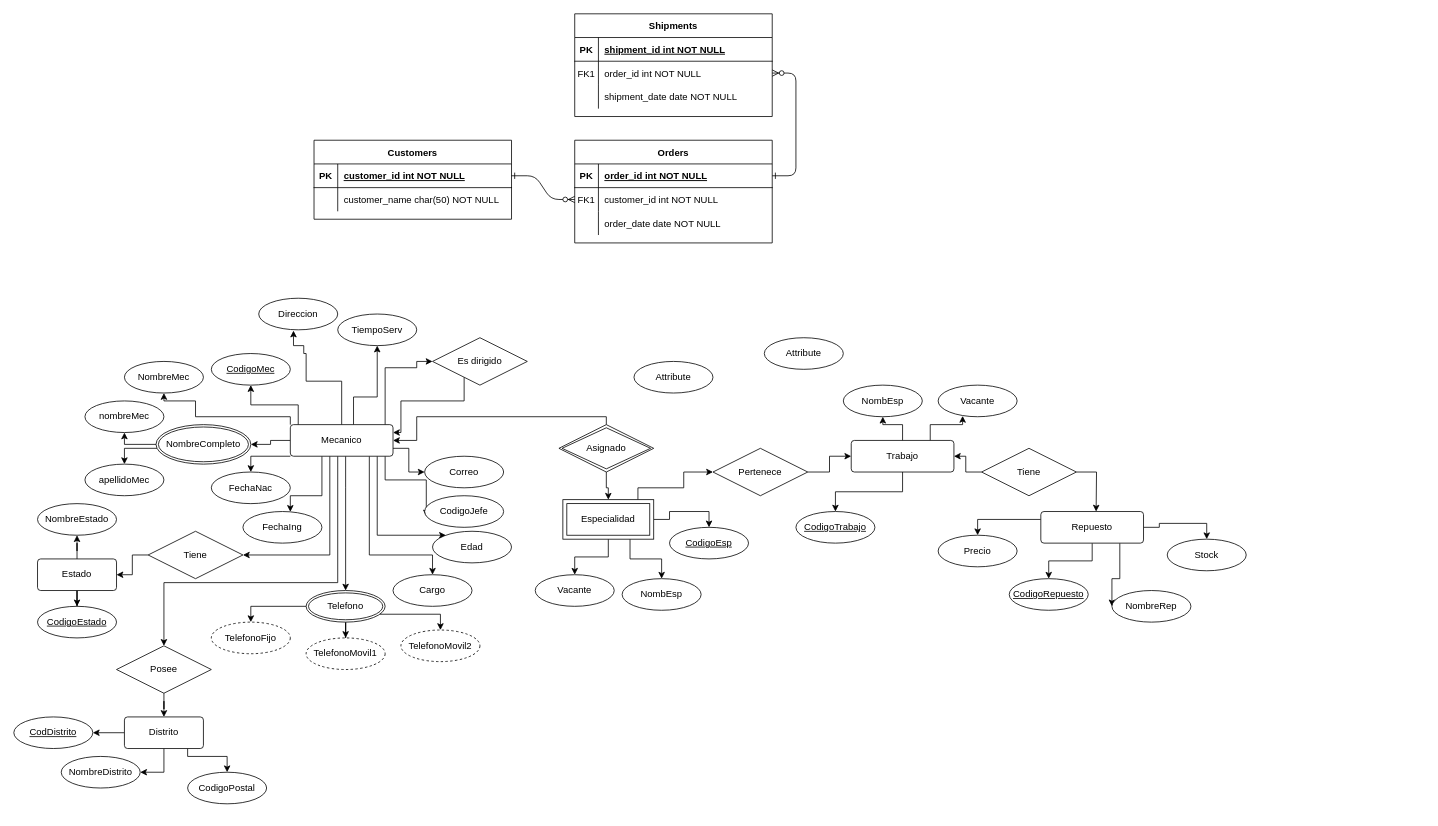
Above: Diagrama sin título.drawio in grimapatroy/Repo-SQL (draw.io), before the change. Source tidied: cells renumbered, new cells numbered last; positions are measured from the earlier drawing's top-left corner, leaving out a move shared by most shapes. Both pictures are drawn from the tidied source at 79%, with x=0, y=0 at pixel (13, 13).
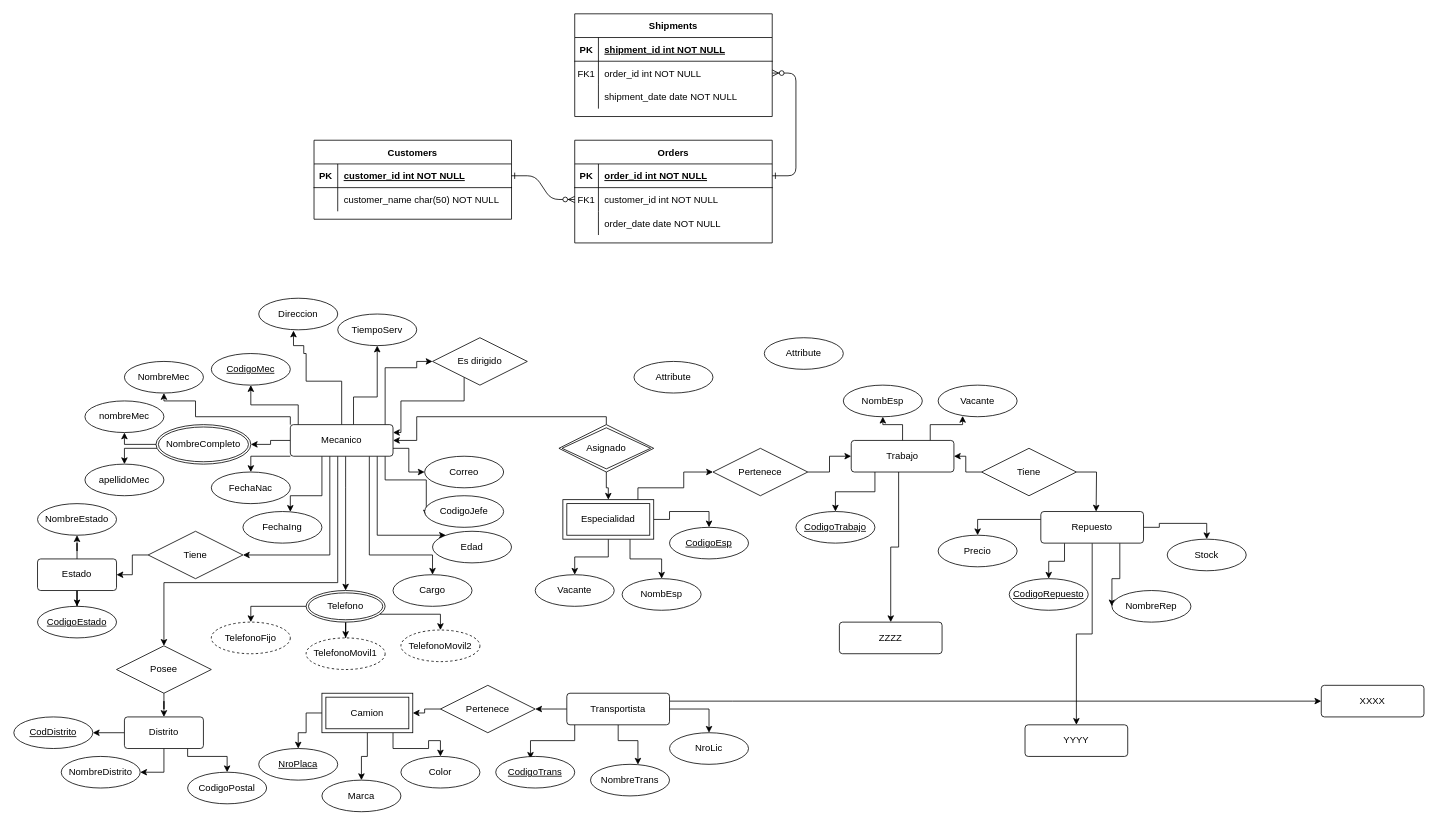
After the change.

Unchanged cells that the change refers to:
```xml
<mxCell id="103" value="Trabajo" style="rounded=1;arcSize=10;whiteSpace=wrap;html=1;align=center;" parent="1" vertex="1">
  <mxGeometry x="1060" y="540" width="130" height="40" as="geometry" />
</mxCell>
<mxCell id="106" value="CodigoTrabajo" style="ellipse;whiteSpace=wrap;html=1;align=center;fontStyle=4;" parent="1" vertex="1">
  <mxGeometry x="990" y="630" width="100" height="40" as="geometry" />
</mxCell>
<mxCell id="109" value="CodigoRepuesto" style="ellipse;whiteSpace=wrap;html=1;align=center;fontStyle=4;" parent="1" vertex="1">
  <mxGeometry x="1260" y="715" width="100" height="40" as="geometry" />
</mxCell>
<mxCell id="117" value="Repuesto" style="rounded=1;arcSize=10;whiteSpace=wrap;html=1;align=center;" parent="1" vertex="1">
  <mxGeometry x="1300" y="630" width="130" height="40" as="geometry" />
</mxCell>
```

The edit, as a diff of the source:
```diff
@@
     <mxCell id="102" style="edgeStyle=orthogonalEdgeStyle;rounded=0;jettySize=auto;html=1;" parent="1" edge="1" source="103" target="106">
-      <mxGeometry relative="1" as="geometry" />
+      <mxGeometry relative="1" as="geometry">
+        <Array as="points">
+          <mxPoint x="1090" y="605" />
+          <mxPoint x="1040" y="605" />
+        </Array>
+      </mxGeometry>
     </mxCell>
+    <mxCell id="121" style="edgeStyle=orthogonalEdgeStyle;rounded=0;jettySize=auto;html=1;" parent="1" edge="1" source="103" target="123">
+      <mxGeometry relative="1" as="geometry">
+        <Array as="points">
+          <mxPoint x="1120" y="675" />
+          <mxPoint x="1110" y="675" />
+        </Array>
+      </mxGeometry>
+    </mxCell>
@@
     <mxCell id="113" style="edgeStyle=orthogonalEdgeStyle;rounded=0;jettySize=auto;html=1;" parent="1" edge="1" source="117" target="109">
-      <mxGeometry relative="1" as="geometry" />
+      <mxGeometry relative="1" as="geometry">
+        <Array as="points">
+          <mxPoint x="1330" y="693" />
+          <mxPoint x="1310" y="693" />
+        </Array>
+      </mxGeometry>
     </mxCell>
@@
+    <mxCell id="122" style="edgeStyle=orthogonalEdgeStyle;rounded=0;jettySize=auto;html=1;" parent="1" edge="1" source="117" target="124">
+      <mxGeometry relative="1" as="geometry" />
+    </mxCell>
@@
+    <mxCell id="123" value="ZZZZ" style="rounded=1;arcSize=10;whiteSpace=wrap;html=1;align=center;" parent="1" vertex="1">
+      <mxGeometry x="1045" y="770" width="130" height="40" as="geometry" />
+    </mxCell>
+    <mxCell id="124" value="YYYY" style="rounded=1;arcSize=10;whiteSpace=wrap;html=1;align=center;" parent="1" vertex="1">
+      <mxGeometry x="1280" y="900" width="130" height="40" as="geometry" />
+    </mxCell>
+    <mxCell id="125" style="edgeStyle=orthogonalEdgeStyle;rounded=0;jettySize=auto;html=1;entryX=0.44;entryY=0.075;entryDx=0;entryDy=0;entryPerimeter=0;" parent="1" edge="1" source="130" target="131">
+      <mxGeometry relative="1" as="geometry">
+        <Array as="points">
+          <mxPoint x="710" y="920" />
+          <mxPoint x="654" y="920" />
+        </Array>
+      </mxGeometry>
+    </mxCell>
+    <mxCell id="126" style="edgeStyle=orthogonalEdgeStyle;rounded=0;jettySize=auto;html=1;" parent="1" edge="1" source="130" target="132">
+      <mxGeometry relative="1" as="geometry">
+        <Array as="points">
+          <mxPoint x="765" y="920" />
+          <mxPoint x="790" y="920" />
+        </Array>
+      </mxGeometry>
+    </mxCell>
+    <mxCell id="127" style="edgeStyle=orthogonalEdgeStyle;rounded=0;jettySize=auto;html=1;" parent="1" edge="1" source="130" target="133">
+      <mxGeometry relative="1" as="geometry">
+        <Array as="points">
+          <mxPoint x="880" y="880" />
+        </Array>
+      </mxGeometry>
+    </mxCell>
+    <mxCell id="128" style="edgeStyle=orthogonalEdgeStyle;rounded=0;jettySize=auto;html=1;" parent="1" edge="1" source="130" target="134">
+      <mxGeometry relative="1" as="geometry">
+        <Array as="points">
+          <mxPoint x="910" y="870" />
+          <mxPoint x="910" y="870" />
+        </Array>
+      </mxGeometry>
+    </mxCell>
+    <mxCell id="129" style="edgeStyle=orthogonalEdgeStyle;rounded=0;jettySize=auto;html=1;" parent="1" edge="1" source="130" target="140">
+      <mxGeometry relative="1" as="geometry" />
+    </mxCell>
+    <mxCell id="130" value="Transportista" style="rounded=1;arcSize=10;whiteSpace=wrap;html=1;align=center;" parent="1" vertex="1">
+      <mxGeometry x="700" y="860" width="130" height="40" as="geometry" />
+    </mxCell>
+    <mxCell id="131" value="CodigoTrans" style="ellipse;whiteSpace=wrap;html=1;align=center;fontStyle=4;" parent="1" vertex="1">
+      <mxGeometry x="610" y="940" width="100" height="40" as="geometry" />
+    </mxCell>
+    <mxCell id="132" value="NombreTrans" style="ellipse;whiteSpace=wrap;html=1;align=center;" parent="1" vertex="1">
+      <mxGeometry x="730" y="950" width="100" height="40" as="geometry" />
+    </mxCell>
+    <mxCell id="133" value="NroLic" style="ellipse;whiteSpace=wrap;html=1;align=center;" parent="1" vertex="1">
+      <mxGeometry x="830" y="910" width="100" height="40" as="geometry" />
+    </mxCell>
+    <mxCell id="134" value="XXXX" style="rounded=1;arcSize=10;whiteSpace=wrap;html=1;align=center;" parent="1" vertex="1">
+      <mxGeometry x="1655" y="850" width="130" height="40" as="geometry" />
+    </mxCell>
+    <mxCell id="135" style="edgeStyle=orthogonalEdgeStyle;rounded=0;jettySize=auto;html=1;" parent="1" edge="1" source="138" target="141">
+      <mxGeometry relative="1" as="geometry">
+        <Array as="points">
+          <mxPoint x="370" y="885" />
+          <mxPoint x="370" y="910" />
+          <mxPoint x="360" y="910" />
+        </Array>
+      </mxGeometry>
+    </mxCell>
+    <mxCell id="136" style="edgeStyle=orthogonalEdgeStyle;rounded=0;jettySize=auto;html=1;" parent="1" edge="1" source="138" target="142">
+      <mxGeometry relative="1" as="geometry" />
+    </mxCell>
+    <mxCell id="137" style="edgeStyle=orthogonalEdgeStyle;rounded=0;jettySize=auto;html=1;entryX=0.5;entryY=0;entryDx=0;entryDy=0;" parent="1" edge="1" source="138" target="143">
+      <mxGeometry relative="1" as="geometry">
+        <Array as="points">
+          <mxPoint x="480" y="930" />
+          <mxPoint x="525" y="930" />
+          <mxPoint x="525" y="920" />
+          <mxPoint x="540" y="920" />
+        </Array>
+      </mxGeometry>
+    </mxCell>
+    <mxCell id="138" value="Camion" style="shape=ext;margin=3;double=1;whiteSpace=wrap;html=1;align=center;" parent="1" vertex="1">
+      <mxGeometry x="390" y="860" width="115" height="50" as="geometry" />
+    </mxCell>
+    <mxCell id="139" style="edgeStyle=orthogonalEdgeStyle;rounded=0;jettySize=auto;html=1;" parent="1" edge="1" source="140" target="138">
+      <mxGeometry relative="1" as="geometry" />
+    </mxCell>
+    <mxCell id="140" value="Pertenece" style="shape=rhombus;perimeter=rhombusPerimeter;whiteSpace=wrap;html=1;align=center;" parent="1" vertex="1">
+      <mxGeometry x="540" y="850" width="120" height="60" as="geometry" />
+    </mxCell>
+    <mxCell id="141" value="NroPlaca" style="ellipse;whiteSpace=wrap;html=1;align=center;fontStyle=4;" parent="1" vertex="1">
+      <mxGeometry x="310" y="930" width="100" height="40" as="geometry" />
+    </mxCell>
+    <mxCell id="142" value="Marca" style="ellipse;whiteSpace=wrap;html=1;align=center;" parent="1" vertex="1">
+      <mxGeometry x="390" y="970" width="100" height="40" as="geometry" />
+    </mxCell>
+    <mxCell id="143" value="Color" style="ellipse;whiteSpace=wrap;html=1;align=center;" parent="1" vertex="1">
+      <mxGeometry x="490" y="940" width="100" height="40" as="geometry" />
+    </mxCell>
```
